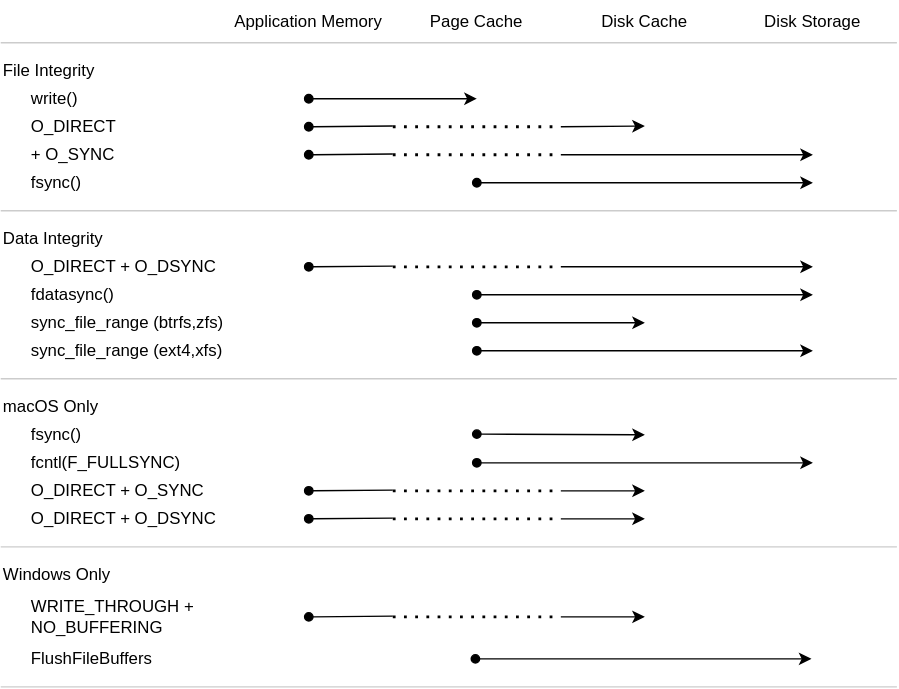
Earlier version of the draw.io export source/images/how-to-learn/disk-io/mental-model.svg (transactionalblog/blog). Source tidied: cells renumbered, new cells last; positions are measured from the earlier drawing's top-left corner, leaving out a move shared by most shapes. Its diagram source:
```xml
<mxGraphModel>
  <root>
    <mxCell id="0" />
    <mxCell id="1" parent="0" />
    <mxCell id="2" value="Application Memory" style="text;html=1;align=center;verticalAlign=middle;whiteSpace=wrap;rounded=0;" parent="1" vertex="1">
      <mxGeometry x="160" width="120" height="30" as="geometry" />
    </mxCell>
    <mxCell id="3" value="Page Cache" style="text;html=1;align=center;verticalAlign=middle;whiteSpace=wrap;rounded=0;" parent="1" vertex="1">
      <mxGeometry x="280" width="120" height="30" as="geometry" />
    </mxCell>
    <mxCell id="4" value="Disk Cache" style="text;html=1;align=center;verticalAlign=middle;whiteSpace=wrap;rounded=0;" parent="1" vertex="1">
      <mxGeometry x="400" width="120" height="30" as="geometry" />
    </mxCell>
    <mxCell id="5" value="Disk Storage" style="text;html=1;align=center;verticalAlign=middle;whiteSpace=wrap;rounded=0;" parent="1" vertex="1">
      <mxGeometry x="520" width="120" height="30" as="geometry" />
    </mxCell>
    <mxCell id="6" value="write()" style="text;html=1;align=left;verticalAlign=middle;whiteSpace=wrap;rounded=0;" parent="1" vertex="1">
      <mxGeometry x="20" y="60" width="100" height="20" as="geometry" />
    </mxCell>
    <mxCell id="7" value="O_DIRECT" style="text;html=1;align=left;verticalAlign=middle;whiteSpace=wrap;rounded=0;" parent="1" vertex="1">
      <mxGeometry x="20" y="80" width="100" height="20" as="geometry" />
    </mxCell>
    <mxCell id="8" value="+ O_SYNC" style="text;html=1;align=left;verticalAlign=middle;whiteSpace=wrap;rounded=0;" parent="1" vertex="1">
      <mxGeometry x="20" y="100" width="100" height="20" as="geometry" />
    </mxCell>
    <mxCell id="9" value="O_DIRECT + O_DSYNC" style="text;html=1;align=left;verticalAlign=middle;whiteSpace=wrap;rounded=0;" parent="1" vertex="1">
      <mxGeometry x="20" y="180" width="140" height="20" as="geometry" />
    </mxCell>
    <mxCell id="10" value="fsync()" style="text;html=1;align=left;verticalAlign=middle;whiteSpace=wrap;rounded=0;" parent="1" vertex="1">
      <mxGeometry x="20" y="120" width="100" height="20" as="geometry" />
    </mxCell>
    <mxCell id="11" style="endArrow=oval;html=1;rounded=0;startArrow=classic;startFill=1;endFill=1;" parent="1" edge="1">
      <mxGeometry relative="1" as="geometry">
        <mxPoint x="340" y="70" as="sourcePoint" />
        <mxPoint x="220" y="70" as="targetPoint" />
      </mxGeometry>
    </mxCell>
    <mxCell id="12" style="endArrow=oval;html=1;rounded=0;startArrow=none;startFill=0;endFill=1;" parent="1" edge="1">
      <mxGeometry relative="1" as="geometry">
        <mxPoint x="280" y="89.5" as="sourcePoint" />
        <mxPoint x="220" y="90" as="targetPoint" />
      </mxGeometry>
    </mxCell>
    <mxCell id="13" style="endArrow=none;dashed=1;html=1;dashPattern=1 3;strokeWidth=2;rounded=0;" parent="1" edge="1">
      <mxGeometry relative="1" as="geometry">
        <mxPoint x="280" y="90" as="sourcePoint" />
        <mxPoint x="400" y="90" as="targetPoint" />
      </mxGeometry>
    </mxCell>
    <mxCell id="14" style="endArrow=none;html=1;rounded=0;startArrow=classic;startFill=1;endFill=0;" parent="1" edge="1">
      <mxGeometry relative="1" as="geometry">
        <mxPoint x="460" y="89.5" as="sourcePoint" />
        <mxPoint x="400" y="90" as="targetPoint" />
      </mxGeometry>
    </mxCell>
    <mxCell id="15" style="endArrow=oval;html=1;rounded=0;startArrow=none;startFill=0;endFill=1;" parent="1" edge="1">
      <mxGeometry relative="1" as="geometry">
        <mxPoint x="280" y="109.5" as="sourcePoint" />
        <mxPoint x="220" y="110" as="targetPoint" />
      </mxGeometry>
    </mxCell>
    <mxCell id="16" style="endArrow=none;dashed=1;html=1;dashPattern=1 3;strokeWidth=2;rounded=0;" parent="1" edge="1">
      <mxGeometry relative="1" as="geometry">
        <mxPoint x="280" y="110" as="sourcePoint" />
        <mxPoint x="400" y="110" as="targetPoint" />
      </mxGeometry>
    </mxCell>
    <mxCell id="17" style="endArrow=none;html=1;rounded=0;startArrow=classic;startFill=1;endFill=0;" parent="1" edge="1">
      <mxGeometry relative="1" as="geometry">
        <mxPoint x="580" y="110" as="sourcePoint" />
        <mxPoint x="400" y="110" as="targetPoint" />
      </mxGeometry>
    </mxCell>
    <mxCell id="18" style="endArrow=oval;html=1;rounded=0;startArrow=classic;startFill=1;endFill=1;" parent="1" edge="1">
      <mxGeometry relative="1" as="geometry">
        <mxPoint x="580" y="130" as="sourcePoint" />
        <mxPoint x="340" y="130" as="targetPoint" />
      </mxGeometry>
    </mxCell>
    <mxCell id="19" value="Data Integrity" style="text;html=1;align=left;verticalAlign=middle;whiteSpace=wrap;rounded=0;" parent="1" vertex="1">
      <mxGeometry y="160" width="120" height="20" as="geometry" />
    </mxCell>
    <mxCell id="20" value="File Integrity" style="text;html=1;align=left;verticalAlign=middle;whiteSpace=wrap;rounded=0;" parent="1" vertex="1">
      <mxGeometry y="40" width="120" height="20" as="geometry" />
    </mxCell>
    <mxCell id="21" value="fdatasync()" style="text;html=1;align=left;verticalAlign=middle;whiteSpace=wrap;rounded=0;" parent="1" vertex="1">
      <mxGeometry x="20" y="200" width="100" height="20" as="geometry" />
    </mxCell>
    <mxCell id="22" style="endArrow=oval;html=1;rounded=0;startArrow=classic;startFill=1;endFill=1;" parent="1" edge="1">
      <mxGeometry relative="1" as="geometry">
        <mxPoint x="580" y="210" as="sourcePoint" />
        <mxPoint x="340" y="210" as="targetPoint" />
      </mxGeometry>
    </mxCell>
    <mxCell id="23" style="endArrow=oval;html=1;rounded=0;startArrow=none;startFill=0;endFill=1;" parent="1" edge="1">
      <mxGeometry relative="1" as="geometry">
        <mxPoint x="280" y="189.5" as="sourcePoint" />
        <mxPoint x="220" y="190" as="targetPoint" />
      </mxGeometry>
    </mxCell>
    <mxCell id="24" style="endArrow=none;dashed=1;html=1;dashPattern=1 3;strokeWidth=2;rounded=0;" parent="1" edge="1">
      <mxGeometry relative="1" as="geometry">
        <mxPoint x="280" y="190" as="sourcePoint" />
        <mxPoint x="400" y="190" as="targetPoint" />
      </mxGeometry>
    </mxCell>
    <mxCell id="25" style="endArrow=none;html=1;rounded=0;startArrow=classic;startFill=1;endFill=0;" parent="1" edge="1">
      <mxGeometry relative="1" as="geometry">
        <mxPoint x="580" y="190" as="sourcePoint" />
        <mxPoint x="400" y="190" as="targetPoint" />
      </mxGeometry>
    </mxCell>
    <mxCell id="26" value="fsync()" style="text;html=1;align=left;verticalAlign=middle;whiteSpace=wrap;rounded=0;" parent="1" vertex="1">
      <mxGeometry x="20" y="300" width="130" height="20" as="geometry" />
    </mxCell>
    <mxCell id="27" value="macOS Only" style="text;html=1;align=left;verticalAlign=middle;whiteSpace=wrap;rounded=0;" parent="1" vertex="1">
      <mxGeometry y="280" width="120" height="20" as="geometry" />
    </mxCell>
    <mxCell id="28" value="fcntl(F_FULLSYNC)" style="text;html=1;align=left;verticalAlign=middle;whiteSpace=wrap;rounded=0;" parent="1" vertex="1">
      <mxGeometry x="20" y="320" width="100" height="20" as="geometry" />
    </mxCell>
    <mxCell id="29" value="O_DIRECT + O_DSYNC" style="text;html=1;align=left;verticalAlign=middle;whiteSpace=wrap;rounded=0;" parent="1" vertex="1">
      <mxGeometry x="20" y="360" width="140" height="20" as="geometry" />
    </mxCell>
    <mxCell id="30" style="endArrow=oval;html=1;rounded=0;startArrow=classic;startFill=1;endFill=1;" parent="1" edge="1">
      <mxGeometry relative="1" as="geometry">
        <mxPoint x="580" y="330" as="sourcePoint" />
        <mxPoint x="340" y="330" as="targetPoint" />
      </mxGeometry>
    </mxCell>
    <mxCell id="31" style="endArrow=oval;html=1;rounded=0;startArrow=none;startFill=0;endFill=1;" parent="1" edge="1">
      <mxGeometry relative="1" as="geometry">
        <mxPoint x="280" y="369.5" as="sourcePoint" />
        <mxPoint x="220" y="370" as="targetPoint" />
      </mxGeometry>
    </mxCell>
    <mxCell id="32" style="endArrow=none;dashed=1;html=1;dashPattern=1 3;strokeWidth=2;rounded=0;" parent="1" edge="1">
      <mxGeometry relative="1" as="geometry">
        <mxPoint x="280" y="370" as="sourcePoint" />
        <mxPoint x="400" y="370" as="targetPoint" />
      </mxGeometry>
    </mxCell>
    <mxCell id="33" style="endArrow=none;html=1;rounded=0;startArrow=classic;startFill=1;endFill=0;" parent="1" edge="1">
      <mxGeometry relative="1" as="geometry">
        <mxPoint x="460" y="370" as="sourcePoint" />
        <mxPoint x="400" y="370" as="targetPoint" />
      </mxGeometry>
    </mxCell>
    <mxCell id="34" style="endArrow=oval;html=1;rounded=0;startArrow=classic;startFill=1;endFill=1;" parent="1" edge="1">
      <mxGeometry relative="1" as="geometry">
        <mxPoint x="460" y="310" as="sourcePoint" />
        <mxPoint x="340" y="309.5" as="targetPoint" />
      </mxGeometry>
    </mxCell>
    <mxCell id="35" value="sync_file_range (btrfs,zfs)" style="text;html=1;align=left;verticalAlign=middle;whiteSpace=wrap;rounded=0;" parent="1" vertex="1">
      <mxGeometry x="20" y="220" width="140" height="20" as="geometry" />
    </mxCell>
    <mxCell id="36" value="sync_file_range (ext4,xfs)" style="text;html=1;align=left;verticalAlign=middle;whiteSpace=wrap;rounded=0;" parent="1" vertex="1">
      <mxGeometry x="20" y="240" width="140" height="20" as="geometry" />
    </mxCell>
    <mxCell id="37" style="endArrow=oval;html=1;rounded=0;startArrow=classic;startFill=1;endFill=1;" parent="1" edge="1">
      <mxGeometry relative="1" as="geometry">
        <mxPoint x="460" y="230" as="sourcePoint" />
        <mxPoint x="340" y="230" as="targetPoint" />
      </mxGeometry>
    </mxCell>
    <mxCell id="38" style="endArrow=oval;html=1;rounded=0;startArrow=classic;startFill=1;endFill=1;" parent="1" edge="1">
      <mxGeometry relative="1" as="geometry">
        <mxPoint x="580" y="250" as="sourcePoint" />
        <mxPoint x="340" y="250" as="targetPoint" />
      </mxGeometry>
    </mxCell>
    <mxCell id="39" value="Windows Only" style="text;html=1;align=left;verticalAlign=middle;whiteSpace=wrap;rounded=0;" parent="1" vertex="1">
      <mxGeometry y="400" width="120" height="20" as="geometry" />
    </mxCell>
    <mxCell id="40" value="WRITE_THROUGH + NO_BUFFERING" style="text;html=1;align=left;verticalAlign=middle;whiteSpace=wrap;rounded=0;" parent="1" vertex="1">
      <mxGeometry x="20" y="430" width="130" height="20" as="geometry" />
    </mxCell>
    <mxCell id="41" style="endArrow=oval;html=1;rounded=0;startArrow=none;startFill=0;endFill=1;" parent="1" edge="1">
      <mxGeometry relative="1" as="geometry">
        <mxPoint x="280" y="439.5" as="sourcePoint" />
        <mxPoint x="220" y="440" as="targetPoint" />
      </mxGeometry>
    </mxCell>
    <mxCell id="42" style="endArrow=none;dashed=1;html=1;dashPattern=1 3;strokeWidth=2;rounded=0;" parent="1" edge="1">
      <mxGeometry relative="1" as="geometry">
        <mxPoint x="280" y="440" as="sourcePoint" />
        <mxPoint x="400" y="440" as="targetPoint" />
      </mxGeometry>
    </mxCell>
    <mxCell id="43" style="endArrow=none;html=1;rounded=0;startArrow=classic;startFill=1;endFill=0;" parent="1" edge="1">
      <mxGeometry relative="1" as="geometry">
        <mxPoint x="460" y="440" as="sourcePoint" />
        <mxPoint x="400" y="440" as="targetPoint" />
      </mxGeometry>
    </mxCell>
    <mxCell id="44" value="FlushFileBuffers" style="text;html=1;align=left;verticalAlign=middle;whiteSpace=wrap;rounded=0;" parent="1" vertex="1">
      <mxGeometry x="20" y="460" width="130" height="20" as="geometry" />
    </mxCell>
    <mxCell id="45" style="endArrow=oval;html=1;rounded=0;startArrow=classic;startFill=1;endFill=1;" parent="1" edge="1">
      <mxGeometry relative="1" as="geometry">
        <mxPoint x="579" y="470" as="sourcePoint" />
        <mxPoint x="339" y="470" as="targetPoint" />
      </mxGeometry>
    </mxCell>
    <mxCell id="46" style="endArrow=none;html=1;rounded=0;entryX=0;entryY=0;entryDx=0;entryDy=0;strokeColor=#CCCCCC;" parent="1" edge="1">
      <mxGeometry relative="1" as="geometry">
        <mxPoint x="640" y="30" as="sourcePoint" />
        <mxPoint y="30" as="targetPoint" />
      </mxGeometry>
    </mxCell>
    <mxCell id="47" style="endArrow=none;html=1;rounded=0;entryX=0;entryY=0;entryDx=0;entryDy=0;strokeColor=#CCCCCC;" parent="1" edge="1">
      <mxGeometry relative="1" as="geometry">
        <mxPoint x="640" y="150" as="sourcePoint" />
        <mxPoint y="150" as="targetPoint" />
      </mxGeometry>
    </mxCell>
    <mxCell id="48" style="endArrow=none;html=1;rounded=0;entryX=0;entryY=0;entryDx=0;entryDy=0;strokeColor=#CCCCCC;" parent="1" edge="1">
      <mxGeometry relative="1" as="geometry">
        <mxPoint x="640" y="270" as="sourcePoint" />
        <mxPoint y="270" as="targetPoint" />
      </mxGeometry>
    </mxCell>
    <mxCell id="49" style="endArrow=none;html=1;rounded=0;entryX=0;entryY=0;entryDx=0;entryDy=0;strokeColor=#CCCCCC;" parent="1" edge="1">
      <mxGeometry relative="1" as="geometry">
        <mxPoint x="640" y="390" as="sourcePoint" />
        <mxPoint y="390" as="targetPoint" />
      </mxGeometry>
    </mxCell>
    <mxCell id="50" style="endArrow=none;html=1;rounded=0;entryX=0;entryY=0;entryDx=0;entryDy=0;strokeColor=#CCCCCC;" parent="1" edge="1">
      <mxGeometry relative="1" as="geometry">
        <mxPoint x="640" y="490" as="sourcePoint" />
        <mxPoint y="490" as="targetPoint" />
      </mxGeometry>
    </mxCell>
    <mxCell id="51" value="O_DIRECT + O_SYNC" style="text;html=1;align=left;verticalAlign=middle;whiteSpace=wrap;rounded=0;" parent="1" vertex="1">
      <mxGeometry x="20" y="340" width="140" height="20" as="geometry" />
    </mxCell>
    <mxCell id="52" style="endArrow=oval;html=1;rounded=0;startArrow=none;startFill=0;endFill=1;" parent="1" edge="1">
      <mxGeometry relative="1" as="geometry">
        <mxPoint x="280" y="349.5" as="sourcePoint" />
        <mxPoint x="220" y="350" as="targetPoint" />
      </mxGeometry>
    </mxCell>
    <mxCell id="53" style="endArrow=none;dashed=1;html=1;dashPattern=1 3;strokeWidth=2;rounded=0;" parent="1" edge="1">
      <mxGeometry relative="1" as="geometry">
        <mxPoint x="280" y="350" as="sourcePoint" />
        <mxPoint x="400" y="350" as="targetPoint" />
      </mxGeometry>
    </mxCell>
    <mxCell id="54" style="endArrow=none;html=1;rounded=0;startArrow=classic;startFill=1;endFill=0;" parent="1" edge="1">
      <mxGeometry relative="1" as="geometry">
        <mxPoint x="460" y="350" as="sourcePoint" />
        <mxPoint x="400" y="350" as="targetPoint" />
      </mxGeometry>
    </mxCell>
  </root>
</mxGraphModel>
```
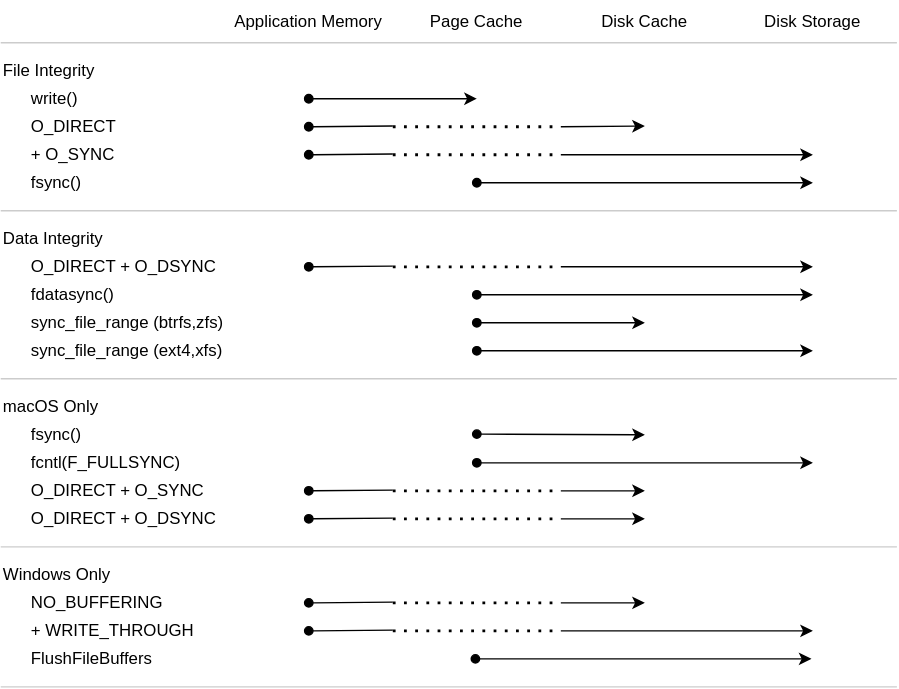
The same file after the commit.

Commit message:
Windows corrections to disk io and a few cleanups and additions here and there

Diff of the diagram source:
```diff
@@ -173,25 +173,25 @@
     <mxCell id="39" value="Windows Only" style="text;html=1;align=left;verticalAlign=middle;whiteSpace=wrap;rounded=0;" parent="1" vertex="1">
       <mxGeometry y="400" width="120" height="20" as="geometry" />
     </mxCell>
-    <mxCell id="40" value="WRITE_THROUGH + NO_BUFFERING" style="text;html=1;align=left;verticalAlign=middle;whiteSpace=wrap;rounded=0;" parent="1" vertex="1">
-      <mxGeometry x="20" y="430" width="130" height="20" as="geometry" />
+    <mxCell id="40" value="NO_BUFFERING" style="text;html=1;align=left;verticalAlign=middle;whiteSpace=wrap;rounded=0;" parent="1" vertex="1">
+      <mxGeometry x="20" y="420" width="130" height="20" as="geometry" />
     </mxCell>
     <mxCell id="41" style="endArrow=oval;html=1;rounded=0;startArrow=none;startFill=0;endFill=1;" parent="1" edge="1">
       <mxGeometry relative="1" as="geometry">
-        <mxPoint x="280" y="439.5" as="sourcePoint" />
-        <mxPoint x="220" y="440" as="targetPoint" />
+        <mxPoint x="280" y="429.5" as="sourcePoint" />
+        <mxPoint x="220" y="430" as="targetPoint" />
       </mxGeometry>
     </mxCell>
     <mxCell id="42" style="endArrow=none;dashed=1;html=1;dashPattern=1 3;strokeWidth=2;rounded=0;" parent="1" edge="1">
       <mxGeometry relative="1" as="geometry">
-        <mxPoint x="280" y="440" as="sourcePoint" />
-        <mxPoint x="400" y="440" as="targetPoint" />
+        <mxPoint x="280" y="430" as="sourcePoint" />
+        <mxPoint x="400" y="430" as="targetPoint" />
       </mxGeometry>
     </mxCell>
     <mxCell id="43" style="endArrow=none;html=1;rounded=0;startArrow=classic;startFill=1;endFill=0;" parent="1" edge="1">
       <mxGeometry relative="1" as="geometry">
-        <mxPoint x="460" y="440" as="sourcePoint" />
-        <mxPoint x="400" y="440" as="targetPoint" />
+        <mxPoint x="460" y="430" as="sourcePoint" />
+        <mxPoint x="400" y="430" as="targetPoint" />
       </mxGeometry>
     </mxCell>
     <mxCell id="44" value="FlushFileBuffers" style="text;html=1;align=left;verticalAlign=middle;whiteSpace=wrap;rounded=0;" parent="1" vertex="1">
@@ -254,5 +254,26 @@
         <mxPoint x="400" y="350" as="targetPoint" />
       </mxGeometry>
     </mxCell>
+    <mxCell id="55" value="+ WRITE_THROUGH" style="text;html=1;align=left;verticalAlign=middle;whiteSpace=wrap;rounded=0;" parent="1" vertex="1">
+      <mxGeometry x="20" y="440" width="130" height="20" as="geometry" />
+    </mxCell>
+    <mxCell id="56" style="endArrow=oval;html=1;rounded=0;startArrow=none;startFill=0;endFill=1;" parent="1" edge="1">
+      <mxGeometry relative="1" as="geometry">
+        <mxPoint x="280" y="449.5" as="sourcePoint" />
+        <mxPoint x="220" y="450" as="targetPoint" />
+      </mxGeometry>
+    </mxCell>
+    <mxCell id="57" style="endArrow=none;dashed=1;html=1;dashPattern=1 3;strokeWidth=2;rounded=0;" parent="1" edge="1">
+      <mxGeometry relative="1" as="geometry">
+        <mxPoint x="280" y="450" as="sourcePoint" />
+        <mxPoint x="400" y="450" as="targetPoint" />
+      </mxGeometry>
+    </mxCell>
+    <mxCell id="58" style="endArrow=none;html=1;rounded=0;startArrow=classic;startFill=1;endFill=0;" parent="1" edge="1">
+      <mxGeometry relative="1" as="geometry">
+        <mxPoint x="580" y="450" as="sourcePoint" />
+        <mxPoint x="400" y="450" as="targetPoint" />
+      </mxGeometry>
+    </mxCell>
   </root>
 </mxGraphModel>
```
